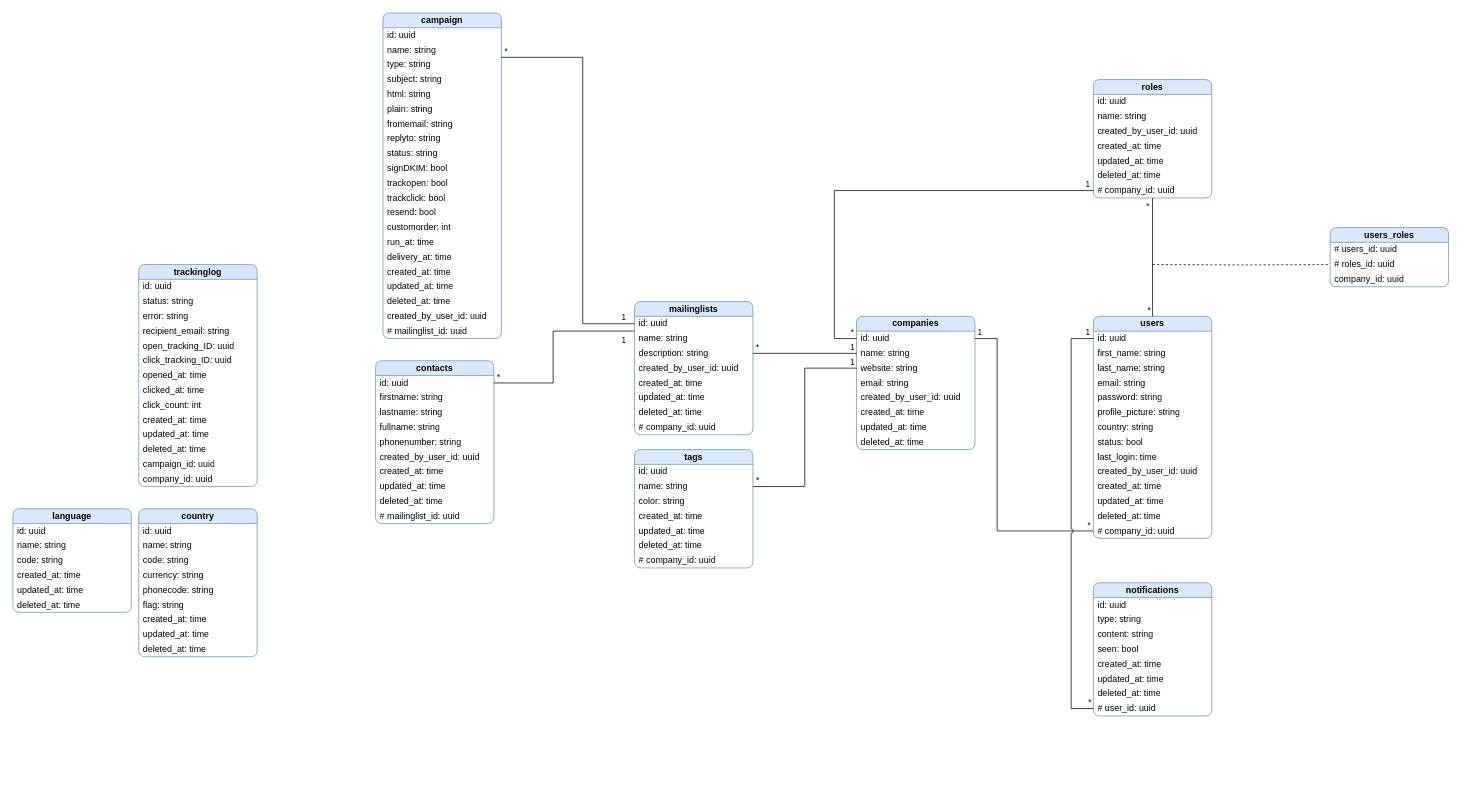
Earlier version of the draw.io diagram your_project/class_diagram.drawio (wassim20/golang). Source tidied: cells renumbered, new cells numbered last; positions are measured from the earlier drawing's top-left corner, leaving out a move shared by most shapes. Both pictures are drawn from the tidied source at 74%, with x=0, y=0 at pixel (13, 13).
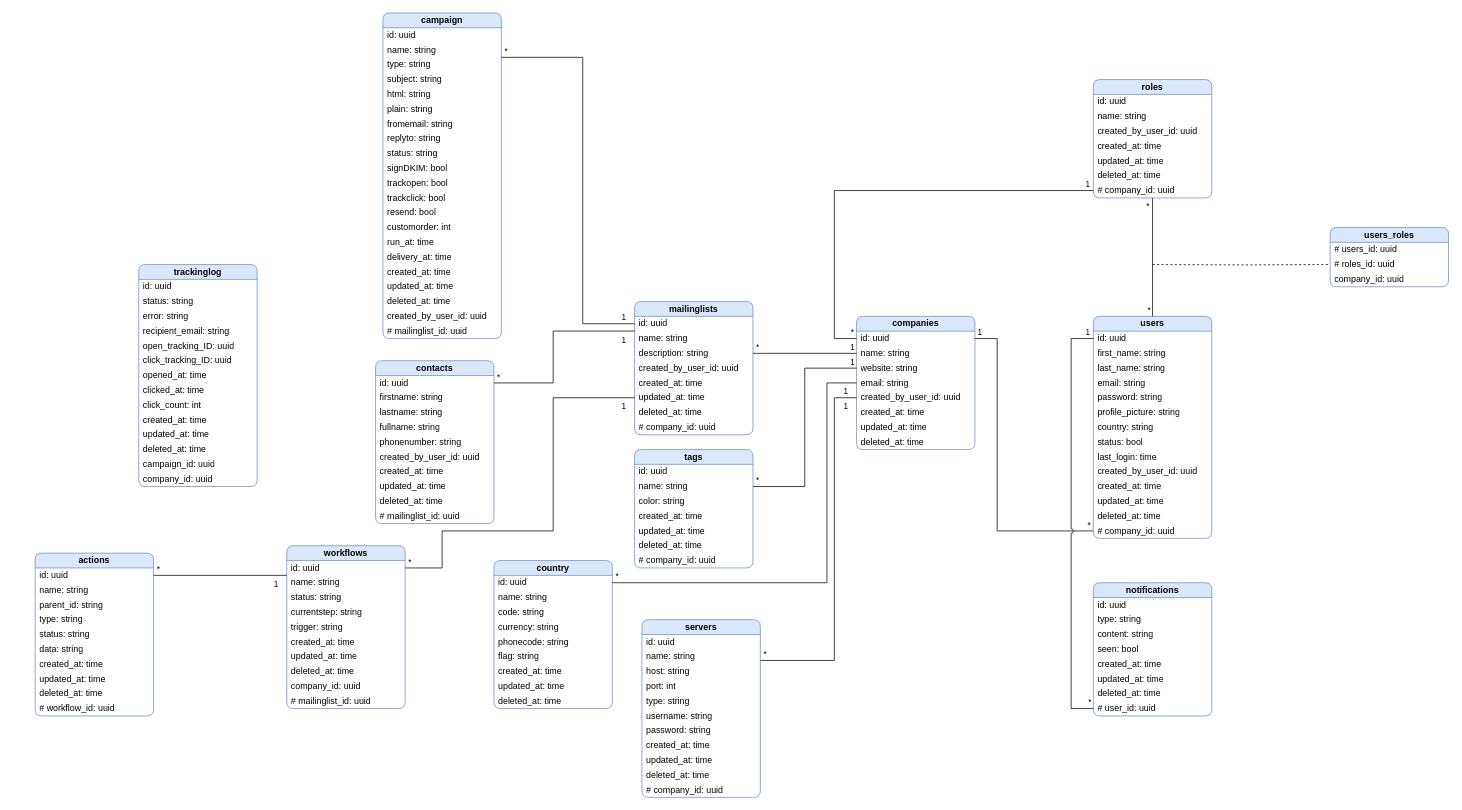
Above is the later version.

Unchanged cells that the change refers to:
```xml
<mxCell id="6" value="email: string" style="text;html=1;strokeColor=none;fillColor=none;align=left;verticalAlign=middle;spacingLeft=4;spacingRight=4;overflow=hidden;points=[[0,0.5],[1,0.5]];portConstraint=eastwest;whiteSpace=wrap;" parent="2" vertex="1">
  <mxGeometry y="80" width="160" height="20" as="geometry" />
</mxCell>
<mxCell id="7" value="created_by_user_id: uuid" style="text;html=1;strokeColor=none;fillColor=none;align=left;verticalAlign=middle;spacingLeft=4;spacingRight=4;overflow=hidden;points=[[0,0.5],[1,0.5]];portConstraint=eastwest;whiteSpace=wrap;" parent="2" vertex="1">
  <mxGeometry y="100" width="160" height="20" as="geometry" />
</mxCell>
<mxCell id="138" value="id: uuid" style="text;html=1;strokeColor=none;fillColor=none;align=left;verticalAlign=middle;spacingLeft=4;spacingRight=4;overflow=hidden;points=[[0,0.5],[1,0.5]];portConstraint=eastwest;whiteSpace=wrap;" parent="137" vertex="1">
  <mxGeometry y="20" width="160" height="20" as="geometry" />
</mxCell>
```

Change to the diagram source:
```diff
@@
     <mxCell id="137" value="&lt;b&gt;country&lt;/b&gt;" style="swimlane;fontStyle=0;align=center;verticalAlign=middle;horizontal=1;startSize=20;html=1;whiteSpace=wrap;rounded=1;fillColor=#dae8fc;strokeColor=#6c8ebf;" parent="1" vertex="1">
-      <mxGeometry x="170" y="670" width="160" height="200" as="geometry" />
+      <mxGeometry x="650" y="740" width="160" height="200" as="geometry" />
     </mxCell>
@@
-    <mxCell id="147" value="&lt;b&gt;language&lt;/b&gt;" style="swimlane;fontStyle=0;align=center;verticalAlign=middle;horizontal=1;startSize=20;html=1;whiteSpace=wrap;rounded=1;fillColor=#dae8fc;strokeColor=#6c8ebf;" parent="1" vertex="1">
-      <mxGeometry y="670" width="160" height="140" as="geometry" />
-    </mxCell>
-    <mxCell id="148" value="id: uuid" style="text;html=1;strokeColor=none;fillColor=none;align=left;verticalAlign=middle;spacingLeft=4;spacingRight=4;overflow=hidden;whiteSpace=wrap;" parent="147" vertex="1">
-      <mxGeometry y="20" width="160" height="20" as="geometry" />
-    </mxCell>
-    <mxCell id="149" value="name: string" style="text;html=1;strokeColor=none;fillColor=none;align=left;verticalAlign=middle;spacingLeft=4;spacingRight=4;overflow=hidden;whiteSpace=wrap;" parent="147" vertex="1">
-      <mxGeometry y="40" width="160" height="20" as="geometry" />
-    </mxCell>
-    <mxCell id="150" value="code: string" style="text;html=1;strokeColor=none;fillColor=none;align=left;verticalAlign=middle;spacingLeft=4;spacingRight=4;overflow=hidden;whiteSpace=wrap;" parent="147" vertex="1">
-      <mxGeometry y="60" width="160" height="20" as="geometry" />
-    </mxCell>
-    <mxCell id="151" value="created_at:&amp;nbsp;time" style="text;html=1;strokeColor=none;fillColor=none;align=left;verticalAlign=middle;spacingLeft=4;spacingRight=4;overflow=hidden;whiteSpace=wrap;" parent="147" vertex="1">
-      <mxGeometry y="80" width="160" height="20" as="geometry" />
-    </mxCell>
-    <mxCell id="152" value="updated_at:&amp;nbsp;time" style="text;html=1;strokeColor=none;fillColor=none;align=left;verticalAlign=middle;spacingLeft=4;spacingRight=4;overflow=hidden;whiteSpace=wrap;" parent="147" vertex="1">
-      <mxGeometry y="100" width="160" height="20" as="geometry" />
-    </mxCell>
-    <mxCell id="153" value="deleted_at:&amp;nbsp;time" style="text;html=1;strokeColor=none;fillColor=none;align=left;verticalAlign=middle;spacingLeft=4;spacingRight=4;overflow=hidden;whiteSpace=wrap;" parent="147" vertex="1">
-      <mxGeometry y="120" width="160" height="20" as="geometry" />
-    </mxCell>
+    <mxCell id="154" style="endArrow=none;html=1;edgeStyle=orthogonalEdgeStyle;rounded=0;jumpStyle=arc;exitX=0;exitY=0.5;exitDx=0;exitDy=0;entryX=1;entryY=0.5;entryDx=0;entryDy=0;" parent="1" edge="1" source="6" target="138">
+      <mxGeometry relative="1" as="geometry">
+        <Array as="points">
+          <mxPoint x="1100" y="500" />
+          <mxPoint x="1100" y="770" />
+        </Array>
+      </mxGeometry>
+    </mxCell>
+    <mxCell id="155" value="1" style="edgeLabel;html=1;align=left;verticalAlign=bottom;" parent="154" vertex="1">
+      <mxGeometry x="-1" relative="1" as="geometry">
+        <mxPoint x="-19" y="20" as="offset" />
+      </mxGeometry>
+    </mxCell>
+    <mxCell id="156" value="*" style="edgeLabel;html=1;align=right;verticalAlign=bottom;" parent="154" vertex="1">
+      <mxGeometry x="1" relative="1" as="geometry">
+        <mxPoint x="9" as="offset" />
+      </mxGeometry>
+    </mxCell>
+    <mxCell id="157" value="&lt;b&gt;servers&lt;/b&gt;" style="swimlane;fontStyle=0;align=center;verticalAlign=middle;horizontal=1;startSize=20;html=1;whiteSpace=wrap;rounded=1;fillColor=#dae8fc;strokeColor=#6c8ebf;" parent="1" vertex="1">
+      <mxGeometry x="850" y="820" width="160" height="240" as="geometry" />
+    </mxCell>
+    <mxCell id="158" value="id: uuid" style="text;html=1;strokeColor=none;fillColor=none;align=left;verticalAlign=middle;spacingLeft=4;spacingRight=4;overflow=hidden;whiteSpace=wrap;" parent="157" vertex="1">
+      <mxGeometry y="20" width="160" height="20" as="geometry" />
+    </mxCell>
+    <mxCell id="159" value="name: string" style="text;html=1;strokeColor=none;fillColor=none;align=left;verticalAlign=middle;spacingLeft=4;spacingRight=4;overflow=hidden;whiteSpace=wrap;" parent="157" vertex="1">
+      <mxGeometry y="40" width="160" height="20" as="geometry" />
+    </mxCell>
+    <mxCell id="160" value="host: string" style="text;html=1;strokeColor=none;fillColor=none;align=left;verticalAlign=middle;spacingLeft=4;spacingRight=4;overflow=hidden;whiteSpace=wrap;" parent="157" vertex="1">
+      <mxGeometry y="60" width="160" height="20" as="geometry" />
+    </mxCell>
+    <mxCell id="161" value="port: int" style="text;html=1;strokeColor=none;fillColor=none;align=left;verticalAlign=middle;spacingLeft=4;spacingRight=4;overflow=hidden;whiteSpace=wrap;" parent="157" vertex="1">
+      <mxGeometry y="80" width="160" height="20" as="geometry" />
+    </mxCell>
+    <mxCell id="162" value="type: string" style="text;html=1;strokeColor=none;fillColor=none;align=left;verticalAlign=middle;spacingLeft=4;spacingRight=4;overflow=hidden;whiteSpace=wrap;" parent="157" vertex="1">
+      <mxGeometry y="100" width="160" height="20" as="geometry" />
+    </mxCell>
+    <mxCell id="163" value="username: string" style="text;html=1;strokeColor=none;fillColor=none;align=left;verticalAlign=middle;spacingLeft=4;spacingRight=4;overflow=hidden;whiteSpace=wrap;" parent="157" vertex="1">
+      <mxGeometry y="120" width="160" height="20" as="geometry" />
+    </mxCell>
+    <mxCell id="164" value="password: string" style="text;html=1;strokeColor=none;fillColor=none;align=left;verticalAlign=middle;spacingLeft=4;spacingRight=4;overflow=hidden;whiteSpace=wrap;" parent="157" vertex="1">
+      <mxGeometry y="140" width="160" height="20" as="geometry" />
+    </mxCell>
+    <mxCell id="165" value="created_at:&amp;nbsp;time" style="text;html=1;strokeColor=none;fillColor=none;align=left;verticalAlign=middle;spacingLeft=4;spacingRight=4;overflow=hidden;whiteSpace=wrap;" parent="157" vertex="1">
+      <mxGeometry y="160" width="160" height="20" as="geometry" />
+    </mxCell>
+    <mxCell id="166" value="updated_at:&amp;nbsp;time" style="text;html=1;strokeColor=none;fillColor=none;align=left;verticalAlign=middle;spacingLeft=4;spacingRight=4;overflow=hidden;whiteSpace=wrap;" parent="157" vertex="1">
+      <mxGeometry y="180" width="160" height="20" as="geometry" />
+    </mxCell>
+    <mxCell id="167" value="deleted_at:&amp;nbsp;time" style="text;html=1;strokeColor=none;fillColor=none;align=left;verticalAlign=middle;spacingLeft=4;spacingRight=4;overflow=hidden;whiteSpace=wrap;" parent="157" vertex="1">
+      <mxGeometry y="200" width="160" height="20" as="geometry" />
+    </mxCell>
+    <mxCell id="168" value="# company_id:&amp;nbsp;uuid" style="text;html=1;strokeColor=none;fillColor=none;align=left;verticalAlign=middle;spacingLeft=4;spacingRight=4;overflow=hidden;whiteSpace=wrap;" parent="157" vertex="1">
+      <mxGeometry y="220" width="160" height="20" as="geometry" />
+    </mxCell>
+    <mxCell id="169" value="&lt;b&gt;workflows&lt;/b&gt;" style="swimlane;fontStyle=0;align=center;verticalAlign=middle;horizontal=1;startSize=20;html=1;whiteSpace=wrap;rounded=1;fillColor=#dae8fc;strokeColor=#6c8ebf;" parent="1" vertex="1">
+      <mxGeometry x="370" y="720" width="160" height="220" as="geometry" />
+    </mxCell>
+    <mxCell id="170" value="id: uuid" style="text;html=1;strokeColor=none;fillColor=none;align=left;verticalAlign=middle;spacingLeft=4;spacingRight=4;overflow=hidden;points=[[0,0.5],[1,0.5]];portConstraint=eastwest;whiteSpace=wrap;" parent="169" vertex="1">
+      <mxGeometry y="20" width="160" height="20" as="geometry" />
+    </mxCell>
+    <mxCell id="171" value="name: string" style="text;html=1;strokeColor=none;fillColor=none;align=left;verticalAlign=middle;spacingLeft=4;spacingRight=4;overflow=hidden;whiteSpace=wrap;" parent="169" vertex="1">
+      <mxGeometry y="40" width="160" height="20" as="geometry" />
+    </mxCell>
+    <mxCell id="172" value="status: string" style="text;html=1;strokeColor=none;fillColor=none;align=left;verticalAlign=middle;spacingLeft=4;spacingRight=4;overflow=hidden;whiteSpace=wrap;" parent="169" vertex="1">
+      <mxGeometry y="60" width="160" height="20" as="geometry" />
+    </mxCell>
+    <mxCell id="173" value="currentstep: string" style="text;html=1;strokeColor=none;fillColor=none;align=left;verticalAlign=middle;spacingLeft=4;spacingRight=4;overflow=hidden;whiteSpace=wrap;" parent="169" vertex="1">
+      <mxGeometry y="80" width="160" height="20" as="geometry" />
+    </mxCell>
+    <mxCell id="174" value="trigger: string" style="text;html=1;strokeColor=none;fillColor=none;align=left;verticalAlign=middle;spacingLeft=4;spacingRight=4;overflow=hidden;whiteSpace=wrap;" parent="169" vertex="1">
+      <mxGeometry y="100" width="160" height="20" as="geometry" />
+    </mxCell>
+    <mxCell id="175" value="created_at:&amp;nbsp;time" style="text;html=1;strokeColor=none;fillColor=none;align=left;verticalAlign=middle;spacingLeft=4;spacingRight=4;overflow=hidden;whiteSpace=wrap;" parent="169" vertex="1">
+      <mxGeometry y="120" width="160" height="20" as="geometry" />
+    </mxCell>
+    <mxCell id="176" value="updated_at:&amp;nbsp;time" style="text;html=1;strokeColor=none;fillColor=none;align=left;verticalAlign=middle;spacingLeft=4;spacingRight=4;overflow=hidden;whiteSpace=wrap;" parent="169" vertex="1">
+      <mxGeometry y="140" width="160" height="20" as="geometry" />
+    </mxCell>
+    <mxCell id="177" value="deleted_at:&amp;nbsp;time" style="text;html=1;strokeColor=none;fillColor=none;align=left;verticalAlign=middle;spacingLeft=4;spacingRight=4;overflow=hidden;whiteSpace=wrap;" parent="169" vertex="1">
+      <mxGeometry y="160" width="160" height="20" as="geometry" />
+    </mxCell>
+    <mxCell id="178" value="company_id:&amp;nbsp;uuid" style="text;html=1;strokeColor=none;fillColor=none;align=left;verticalAlign=middle;spacingLeft=4;spacingRight=4;overflow=hidden;whiteSpace=wrap;" parent="169" vertex="1">
+      <mxGeometry y="180" width="160" height="20" as="geometry" />
+    </mxCell>
+    <mxCell id="179" value="# mailinglist_id:&amp;nbsp;uuid" style="text;html=1;strokeColor=none;fillColor=none;align=left;verticalAlign=middle;spacingLeft=4;spacingRight=4;overflow=hidden;whiteSpace=wrap;" parent="169" vertex="1">
+      <mxGeometry y="200" width="160" height="20" as="geometry" />
+    </mxCell>
+    <mxCell id="180" value="&lt;b&gt;actions&lt;/b&gt;" style="swimlane;fontStyle=0;align=center;verticalAlign=middle;horizontal=1;startSize=20;html=1;whiteSpace=wrap;rounded=1;fillColor=#dae8fc;strokeColor=#6c8ebf;" parent="1" vertex="1">
+      <mxGeometry x="30" y="730" width="160" height="220" as="geometry" />
+    </mxCell>
+    <mxCell id="181" value="id: uuid" style="text;html=1;strokeColor=none;fillColor=none;align=left;verticalAlign=middle;spacingLeft=4;spacingRight=4;overflow=hidden;points=[[0,0.5],[1,0.5]];portConstraint=eastwest;whiteSpace=wrap;" parent="180" vertex="1">
+      <mxGeometry y="20" width="160" height="20" as="geometry" />
+    </mxCell>
+    <mxCell id="182" value="name: string" style="text;html=1;strokeColor=none;fillColor=none;align=left;verticalAlign=middle;spacingLeft=4;spacingRight=4;overflow=hidden;whiteSpace=wrap;" parent="180" vertex="1">
+      <mxGeometry y="40" width="160" height="20" as="geometry" />
+    </mxCell>
+    <mxCell id="183" value="parent_id: string" style="text;html=1;strokeColor=none;fillColor=none;align=left;verticalAlign=middle;spacingLeft=4;spacingRight=4;overflow=hidden;whiteSpace=wrap;" parent="180" vertex="1">
+      <mxGeometry y="60" width="160" height="20" as="geometry" />
+    </mxCell>
+    <mxCell id="184" value="type: string" style="text;html=1;strokeColor=none;fillColor=none;align=left;verticalAlign=middle;spacingLeft=4;spacingRight=4;overflow=hidden;whiteSpace=wrap;" parent="180" vertex="1">
+      <mxGeometry y="80" width="160" height="20" as="geometry" />
+    </mxCell>
+    <mxCell id="185" value="status: string" style="text;html=1;strokeColor=none;fillColor=none;align=left;verticalAlign=middle;spacingLeft=4;spacingRight=4;overflow=hidden;whiteSpace=wrap;" parent="180" vertex="1">
+      <mxGeometry y="100" width="160" height="20" as="geometry" />
+    </mxCell>
+    <mxCell id="186" value="data: string" style="text;html=1;strokeColor=none;fillColor=none;align=left;verticalAlign=middle;spacingLeft=4;spacingRight=4;overflow=hidden;whiteSpace=wrap;" parent="180" vertex="1">
+      <mxGeometry y="120" width="160" height="20" as="geometry" />
+    </mxCell>
+    <mxCell id="187" value="created_at:&amp;nbsp;time" style="text;html=1;strokeColor=none;fillColor=none;align=left;verticalAlign=middle;spacingLeft=4;spacingRight=4;overflow=hidden;whiteSpace=wrap;" parent="180" vertex="1">
+      <mxGeometry y="140" width="160" height="20" as="geometry" />
+    </mxCell>
+    <mxCell id="188" value="updated_at:&amp;nbsp;time" style="text;html=1;strokeColor=none;fillColor=none;align=left;verticalAlign=middle;spacingLeft=4;spacingRight=4;overflow=hidden;whiteSpace=wrap;" parent="180" vertex="1">
+      <mxGeometry y="160" width="160" height="20" as="geometry" />
+    </mxCell>
+    <mxCell id="189" value="deleted_at:&amp;nbsp;time" style="text;html=1;strokeColor=none;fillColor=none;align=left;verticalAlign=middle;spacingLeft=4;spacingRight=4;overflow=hidden;whiteSpace=wrap;" parent="180" vertex="1">
+      <mxGeometry y="180" width="160" height="20" as="geometry" />
+    </mxCell>
+    <mxCell id="190" value="# workflow_id:&amp;nbsp;uuid" style="text;html=1;strokeColor=none;fillColor=none;align=left;verticalAlign=middle;spacingLeft=4;spacingRight=4;overflow=hidden;whiteSpace=wrap;" parent="180" vertex="1">
+      <mxGeometry y="200" width="160" height="20" as="geometry" />
+    </mxCell>
+    <mxCell id="191" style="endArrow=none;html=1;edgeStyle=orthogonalEdgeStyle;rounded=0;jumpStyle=arc;exitX=0.001;exitY=-0.005;exitDx=0;exitDy=0;exitPerimeter=0;entryX=1;entryY=0.5;entryDx=0;entryDy=0;" parent="1" edge="1" target="170">
+      <mxGeometry relative="1" as="geometry">
+        <mxPoint x="840" y="520" as="sourcePoint" />
+        <Array as="points">
+          <mxPoint x="730" y="520" />
+          <mxPoint x="730" y="700" />
+          <mxPoint x="580" y="700" />
+          <mxPoint x="580" y="750" />
+        </Array>
+      </mxGeometry>
+    </mxCell>
+    <mxCell id="192" value="1" style="edgeLabel;html=1;align=left;verticalAlign=bottom;" parent="191" vertex="1">
+      <mxGeometry x="-1" relative="1" as="geometry">
+        <mxPoint x="-19" y="20" as="offset" />
+      </mxGeometry>
+    </mxCell>
+    <mxCell id="193" value="*" style="edgeLabel;html=1;align=right;verticalAlign=bottom;" parent="191" vertex="1">
+      <mxGeometry x="1" relative="1" as="geometry">
+        <mxPoint x="9" as="offset" />
+      </mxGeometry>
+    </mxCell>
+    <mxCell id="194" style="endArrow=none;html=1;edgeStyle=orthogonalEdgeStyle;rounded=0;jumpStyle=arc;entryX=1;entryY=0.5;entryDx=0;entryDy=0;" parent="1" edge="1" target="181">
+      <mxGeometry relative="1" as="geometry">
+        <mxPoint x="370" y="760" as="sourcePoint" />
+        <Array as="points">
+          <mxPoint x="310" y="760" />
+          <mxPoint x="310" y="760" />
+        </Array>
+      </mxGeometry>
+    </mxCell>
+    <mxCell id="195" value="1" style="edgeLabel;html=1;align=left;verticalAlign=bottom;" parent="194" vertex="1">
+      <mxGeometry x="-1" relative="1" as="geometry">
+        <mxPoint x="-19" y="20" as="offset" />
+      </mxGeometry>
+    </mxCell>
+    <mxCell id="196" value="*" style="edgeLabel;html=1;align=right;verticalAlign=bottom;" parent="194" vertex="1">
+      <mxGeometry x="1" relative="1" as="geometry">
+        <mxPoint x="9" as="offset" />
+      </mxGeometry>
+    </mxCell>
+    <mxCell id="197" style="endArrow=none;html=1;edgeStyle=orthogonalEdgeStyle;rounded=0;jumpStyle=arc;exitX=0;exitY=0.5;exitDx=0;exitDy=0;entryX=1;entryY=0.5;entryDx=0;entryDy=0;" parent="1" edge="1" source="7">
+      <mxGeometry relative="1" as="geometry">
+        <mxPoint x="1010" y="875" as="targetPoint" />
+        <Array as="points">
+          <mxPoint x="1110" y="520" />
+          <mxPoint x="1110" y="875" />
+        </Array>
+      </mxGeometry>
+    </mxCell>
+    <mxCell id="198" value="1" style="edgeLabel;html=1;align=left;verticalAlign=bottom;" parent="197" vertex="1">
+      <mxGeometry x="-1" relative="1" as="geometry">
+        <mxPoint x="-19" y="20" as="offset" />
+      </mxGeometry>
+    </mxCell>
+    <mxCell id="199" value="*" style="edgeLabel;html=1;align=right;verticalAlign=bottom;" parent="197" vertex="1">
+      <mxGeometry x="1" relative="1" as="geometry">
+        <mxPoint x="9" as="offset" />
+      </mxGeometry>
+    </mxCell>
```
